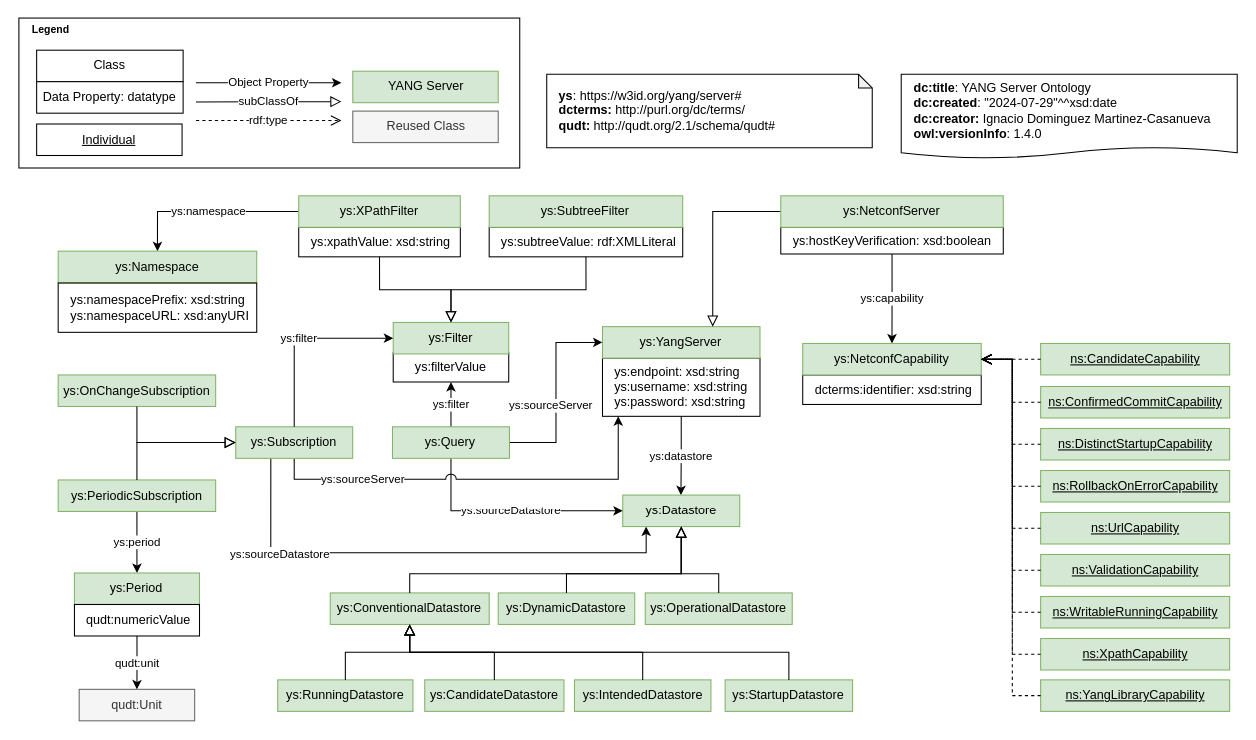
Earlier version of the draw.io diagram page "ontology" (1 of 5) of diagrams/yang-server.drawio (candil-data-fabric/yang-server-ontology). Source tidied: cells renumbered, new cells numbered last; positions are measured from the earlier drawing's top-left corner, leaving out a move shared by most shapes. Both pictures are drawn from the tidied source at 105%, with x=0, y=0 at pixel (24, -158).
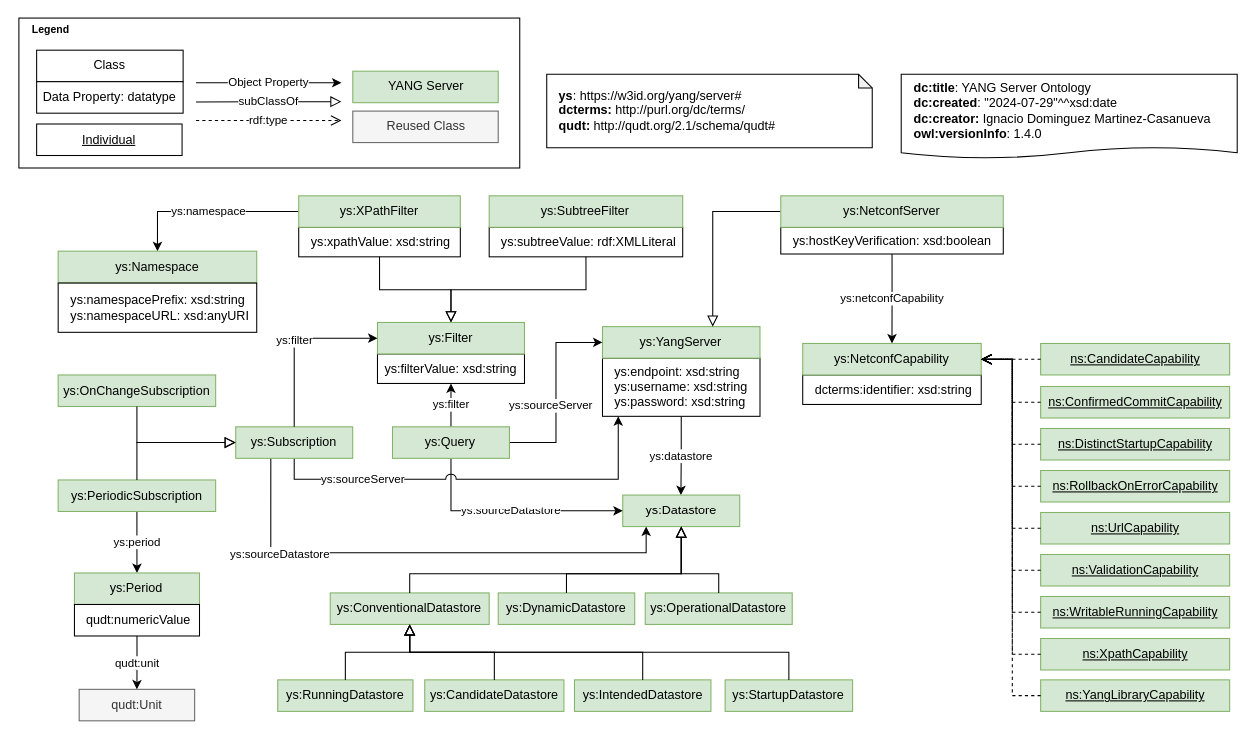
The same diagram, later.

The change refers to these unchanged cells:
```xml
<mxCell id="20" value="&lt;div&gt;ys:hostKeyVerification: xsd:boolean&lt;/div&gt;" style="rounded=0;whiteSpace=wrap;html=1;snapToPoint=1;points=[[0.1,0],[0.2,0],[0.3,0],[0.4,0],[0.5,0],[0.6,0],[0.7,0],[0.8,0],[0.9,0],[0,0.1],[0,0.3],[0,0.5],[0,0.7],[0,0.9],[0.1,1],[0.2,1],[0.3,1],[0.4,1],[0.5,1],[0.6,1],[0.7,1],[0.8,1],[0.9,1],[1,0.1],[1,0.3],[1,0.5],[1,0.7],[1,0.9]];align=left;spacingLeft=10;" parent="1" vertex="1">
  <mxGeometry x="720.1" y="366" width="211.9" height="25.4" as="geometry" />
</mxCell>
<mxCell id="51" value="ys:NetconfCapability" style="rounded=0;whiteSpace=wrap;html=1;snapToPoint=1;points=[[0.1,0],[0.2,0],[0.3,0],[0.4,0],[0.5,0],[0.6,0],[0.7,0],[0.8,0],[0.9,0],[0,0.1],[0,0.3],[0,0.5],[0,0.7],[0,0.9],[0.1,1],[0.2,1],[0.3,1],[0.4,1],[0.5,1],[0.6,1],[0.7,1],[0.8,1],[0.9,1],[1,0.1],[1,0.3],[1,0.5],[1,0.7],[1,0.9]];fillColor=#d5e8d4;strokeColor=#82b366;" parent="1" vertex="1">
  <mxGeometry x="741" y="476.6" width="170" height="30" as="geometry" />
</mxCell>
```

What changed in the source:
```diff
@@
-    <mxCell id="19" value="ys:capability" style="edgeStyle=orthogonalEdgeStyle;rounded=0;jettySize=auto;html=1;exitX=0.5;exitY=1;exitDx=0;exitDy=0;entryX=0.5;entryY=0;entryDx=0;entryDy=0;" parent="1" edge="1" source="20" target="51">
+    <mxCell id="19" value="ys:netconfCapability" style="edgeStyle=orthogonalEdgeStyle;rounded=0;jettySize=auto;html=1;exitX=0.5;exitY=1;exitDx=0;exitDy=0;entryX=0.5;entryY=0;entryDx=0;entryDy=0;" parent="1" edge="1" source="20" target="51">
       <mxGeometry relative="1" as="geometry" />
     </mxCell>
@@
-    <mxCell id="48" value="ys:filterValue" style="rounded=0;whiteSpace=wrap;html=1;snapToPoint=1;points=[[0.1,0],[0.2,0],[0.3,0],[0.4,0],[0.5,0],[0.6,0],[0.7,0],[0.8,0],[0.9,0],[0,0.1],[0,0.3],[0,0.5],[0,0.7],[0,0.9],[0.1,1],[0.2,1],[0.3,1],[0.4,1],[0.5,1],[0.6,1],[0.7,1],[0.8,1],[0.9,1],[1,0.1],[1,0.3],[1,0.5],[1,0.7],[1,0.9]];align=center;spacingLeft=0;spacing=0;" parent="1" vertex="1">
-      <mxGeometry x="351" y="485.2" width="110" height="28.1" as="geometry" />
+    <mxCell id="48" value="ys:filterValue: xsd:string" style="rounded=0;whiteSpace=wrap;html=1;snapToPoint=1;points=[[0.1,0],[0.2,0],[0.3,0],[0.4,0],[0.5,0],[0.6,0],[0.7,0],[0.8,0],[0.9,0],[0,0.1],[0,0.3],[0,0.5],[0,0.7],[0,0.9],[0.1,1],[0.2,1],[0.3,1],[0.4,1],[0.5,1],[0.6,1],[0.7,1],[0.8,1],[0.9,1],[1,0.1],[1,0.3],[1,0.5],[1,0.7],[1,0.9]];align=center;spacingLeft=0;spacing=0;" parent="1" vertex="1">
+      <mxGeometry x="336" y="486.6" width="140" height="28.1" as="geometry" />
     </mxCell>
     <mxCell id="49" value="ys:Filter" style="rounded=0;whiteSpace=wrap;html=1;snapToPoint=1;points=[[0.1,0],[0.2,0],[0.3,0],[0.4,0],[0.5,0],[0.6,0],[0.7,0],[0.8,0],[0.9,0],[0,0.1],[0,0.3],[0,0.5],[0,0.7],[0,0.9],[0.1,1],[0.2,1],[0.3,1],[0.4,1],[0.5,1],[0.6,1],[0.7,1],[0.8,1],[0.9,1],[1,0.1],[1,0.3],[1,0.5],[1,0.7],[1,0.9]];fillColor=#d5e8d4;strokeColor=#82b366;" parent="1" vertex="1">
-      <mxGeometry x="351" y="456.6" width="110" height="30" as="geometry" />
+      <mxGeometry x="336" y="456.6" width="140" height="30" as="geometry" />
     </mxCell>
```
